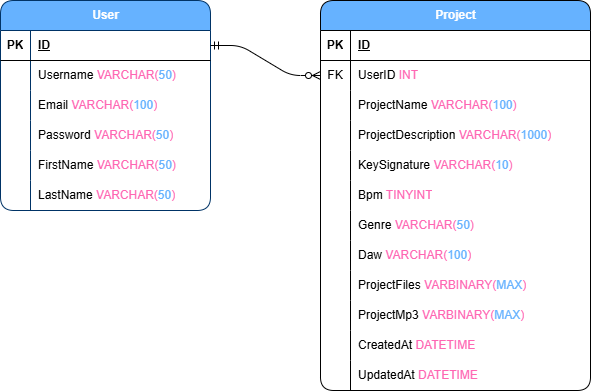
Before: documentation/diagrams/beatblock_erd.drawio.png, a diagram exported from draw.io (damian-pillay/beat-block). Source tidied: cells renumbered, new cells last; positions are measured from the earlier drawing's top-left corner, leaving out a move shared by most shapes.
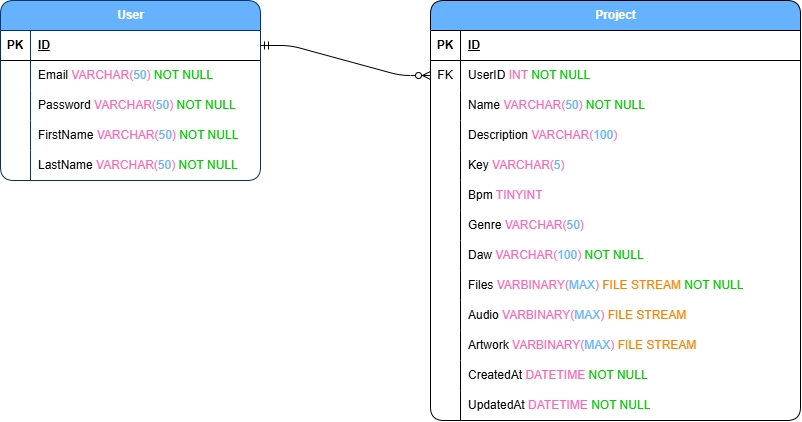
Later version of the same file.

Diff of the diagram source:
```diff
@@ -5,6 +5,6 @@
     <mxCell id="2" value="Project" style="shape=table;startSize=30;rowLines=0;fontStyle=1;align=center;html=1;rounded=1;fillColor=#66B2FF;fontColor=#ffffff;strokeColor=#000000;" parent="1" vertex="1">
-      <mxGeometry x="320" width="270" height="390" as="geometry" />
+      <mxGeometry x="320" width="370" height="420" as="geometry" />
     </mxCell>
     <mxCell id="3" style="shape=tableRow;horizontal=0;startSize=0;swimlaneHead=0;swimlaneBody=0;fillColor=none;top=0;left=0;right=0;bottom=1;" parent="2" vertex="1">
-      <mxGeometry y="30" width="270" height="30" as="geometry" />
+      <mxGeometry y="30" width="370" height="30" as="geometry" />
     </mxCell>
@@ -14,6 +14,6 @@
     <mxCell id="5" value="ID" style="shape=partialRectangle;fillColor=none;top=0;left=0;bottom=0;right=0;align=left;spacingLeft=6;fontStyle=5;overflow=hidden;whiteSpace=wrap;html=1;" parent="3" vertex="1">
-      <mxGeometry x="30" width="240" height="30" as="geometry" />
+      <mxGeometry x="30" width="340" height="30" as="geometry" />
     </mxCell>
     <mxCell id="6" style="shape=tableRow;horizontal=0;startSize=0;swimlaneHead=0;swimlaneBody=0;fillColor=none;points=[[0,0.5],[1,0.5]];portConstraint=eastwest;top=0;left=0;right=0;bottom=0;" parent="2" vertex="1">
-      <mxGeometry y="60" width="270" height="30" as="geometry" />
+      <mxGeometry y="60" width="370" height="30" as="geometry" />
     </mxCell>
@@ -22,7 +22,7 @@
     </mxCell>
-    <mxCell id="8" value="UserID &lt;font style=&quot;color: rgb(255, 102, 179);&quot;&gt;INT&lt;/font&gt;" style="shape=partialRectangle;fillColor=none;top=0;left=0;bottom=0;right=0;align=left;spacingLeft=6;overflow=hidden;whiteSpace=wrap;html=1;" parent="6" vertex="1">
-      <mxGeometry x="30" width="240" height="30" as="geometry" />
+    <mxCell id="8" value="UserID &lt;font style=&quot;color: rgb(255, 102, 179);&quot;&gt;INT&amp;nbsp;&lt;/font&gt;&lt;font style=&quot;color: rgb(0, 204, 0);&quot;&gt;&lt;span style=&quot;color: rgb(0, 0, 204);&quot;&gt;&lt;font style=&quot;color: rgb(0, 204, 0);&quot;&gt;NOT NULL&lt;/font&gt;&lt;/span&gt;&lt;/font&gt;" style="shape=partialRectangle;fillColor=none;top=0;left=0;bottom=0;right=0;align=left;spacingLeft=6;overflow=hidden;whiteSpace=wrap;html=1;" parent="6" vertex="1">
+      <mxGeometry x="30" width="340" height="30" as="geometry" />
     </mxCell>
     <mxCell id="9" style="shape=tableRow;horizontal=0;startSize=0;swimlaneHead=0;swimlaneBody=0;fillColor=none;top=0;left=0;right=0;bottom=0;" parent="2" vertex="1">
-      <mxGeometry y="90" width="270" height="30" as="geometry" />
+      <mxGeometry y="90" width="370" height="30" as="geometry" />
     </mxCell>
@@ -31,7 +31,7 @@
     </mxCell>
-    <mxCell id="11" value="ProjectName &lt;font style=&quot;color: rgb(255, 102, 179);&quot;&gt;VARCHAR(&lt;/font&gt;&lt;font style=&quot;color: rgb(102, 178, 255);&quot;&gt;100&lt;/font&gt;&lt;font style=&quot;color: rgb(255, 102, 179);&quot;&gt;)&lt;/font&gt;" style="shape=partialRectangle;fillColor=none;top=0;left=0;bottom=0;right=0;align=left;spacingLeft=6;overflow=hidden;whiteSpace=wrap;html=1;" parent="9" vertex="1">
-      <mxGeometry x="30" width="240" height="30" as="geometry" />
+    <mxCell id="11" value="Name &lt;font style=&quot;color: rgb(255, 102, 179);&quot;&gt;VARCHAR(&lt;/font&gt;&lt;font style=&quot;color: rgb(102, 178, 255);&quot;&gt;50&lt;/font&gt;&lt;font style=&quot;color: rgb(255, 102, 179);&quot;&gt;)&amp;nbsp;&lt;/font&gt;&lt;span style=&quot;color: rgb(0, 204, 0);&quot;&gt;NOT NULL&lt;/span&gt;" style="shape=partialRectangle;fillColor=none;top=0;left=0;bottom=0;right=0;align=left;spacingLeft=6;overflow=hidden;whiteSpace=wrap;html=1;" parent="9" vertex="1">
+      <mxGeometry x="30" width="340" height="30" as="geometry" />
     </mxCell>
     <mxCell id="12" style="shape=tableRow;horizontal=0;startSize=0;swimlaneHead=0;swimlaneBody=0;fillColor=none;top=0;left=0;right=0;bottom=0;" parent="2" vertex="1">
-      <mxGeometry y="120" width="270" height="30" as="geometry" />
+      <mxGeometry y="120" width="370" height="30" as="geometry" />
     </mxCell>
@@ -40,7 +40,7 @@
     </mxCell>
-    <mxCell id="14" value="ProjectDescription&lt;font style=&quot;color: rgb(255, 102, 179);&quot;&gt; VARCHAR(&lt;/font&gt;&lt;font style=&quot;color: rgb(102, 178, 255);&quot;&gt;1000&lt;/font&gt;&lt;font style=&quot;color: rgb(255, 102, 179);&quot;&gt;)&lt;/font&gt;" style="shape=partialRectangle;fillColor=none;top=0;left=0;bottom=0;right=0;align=left;spacingLeft=6;overflow=hidden;whiteSpace=wrap;html=1;" parent="12" vertex="1">
-      <mxGeometry x="30" width="240" height="30" as="geometry" />
+    <mxCell id="14" value="Description&lt;font style=&quot;color: rgb(255, 102, 179);&quot;&gt; VARCHAR(&lt;/font&gt;&lt;font style=&quot;color: rgb(102, 178, 255);&quot;&gt;100&lt;/font&gt;&lt;font style=&quot;color: rgb(255, 102, 179);&quot;&gt;)&amp;nbsp;&lt;/font&gt;" style="shape=partialRectangle;fillColor=none;top=0;left=0;bottom=0;right=0;align=left;spacingLeft=6;overflow=hidden;whiteSpace=wrap;html=1;" parent="12" vertex="1">
+      <mxGeometry x="30" width="340" height="30" as="geometry" />
     </mxCell>
     <mxCell id="15" style="shape=tableRow;horizontal=0;startSize=0;swimlaneHead=0;swimlaneBody=0;fillColor=none;top=0;left=0;right=0;bottom=0;" parent="2" vertex="1">
-      <mxGeometry y="150" width="270" height="30" as="geometry" />
+      <mxGeometry y="150" width="370" height="30" as="geometry" />
     </mxCell>
@@ -49,7 +49,7 @@
     </mxCell>
-    <mxCell id="17" value="KeySignature &lt;font style=&quot;color: rgb(255, 102, 179);&quot;&gt;VARCHAR(&lt;/font&gt;&lt;font style=&quot;color: rgb(102, 178, 255);&quot;&gt;10&lt;/font&gt;&lt;font style=&quot;color: rgb(255, 102, 179);&quot;&gt;)&lt;/font&gt;" style="shape=partialRectangle;fillColor=none;top=0;left=0;bottom=0;right=0;align=left;spacingLeft=6;overflow=hidden;whiteSpace=wrap;html=1;" parent="15" vertex="1">
-      <mxGeometry x="30" width="240" height="30" as="geometry" />
+    <mxCell id="17" value="Key&amp;nbsp;&lt;font style=&quot;color: rgb(255, 102, 179);&quot;&gt;VARCHAR(&lt;/font&gt;&lt;font style=&quot;color: rgb(102, 178, 255);&quot;&gt;5&lt;/font&gt;&lt;font style=&quot;color: rgb(255, 102, 179);&quot;&gt;)&lt;/font&gt;" style="shape=partialRectangle;fillColor=none;top=0;left=0;bottom=0;right=0;align=left;spacingLeft=6;overflow=hidden;whiteSpace=wrap;html=1;" parent="15" vertex="1">
+      <mxGeometry x="30" width="340" height="30" as="geometry" />
     </mxCell>
     <mxCell id="18" style="shape=tableRow;horizontal=0;startSize=0;swimlaneHead=0;swimlaneBody=0;fillColor=none;top=0;left=0;right=0;bottom=0;" parent="2" vertex="1">
-      <mxGeometry y="180" width="270" height="30" as="geometry" />
+      <mxGeometry y="180" width="370" height="30" as="geometry" />
     </mxCell>
@@ -59,6 +59,6 @@
     <mxCell id="20" value="Bpm &lt;font style=&quot;color: rgb(255, 102, 179);&quot;&gt;TINYINT&lt;/font&gt;" style="shape=partialRectangle;fillColor=none;top=0;left=0;bottom=0;right=0;align=left;spacingLeft=6;overflow=hidden;whiteSpace=wrap;html=1;" parent="18" vertex="1">
-      <mxGeometry x="30" width="240" height="30" as="geometry" />
+      <mxGeometry x="30" width="340" height="30" as="geometry" />
     </mxCell>
     <mxCell id="21" style="shape=tableRow;horizontal=0;startSize=0;swimlaneHead=0;swimlaneBody=0;fillColor=none;top=0;left=0;right=0;bottom=0;" parent="2" vertex="1">
-      <mxGeometry y="210" width="270" height="30" as="geometry" />
+      <mxGeometry y="210" width="370" height="30" as="geometry" />
     </mxCell>
@@ -68,6 +68,6 @@
     <mxCell id="23" value="Genre &lt;font style=&quot;color: rgb(255, 102, 179);&quot;&gt;VARCHAR(&lt;/font&gt;&lt;font style=&quot;color: rgb(102, 178, 255);&quot;&gt;50&lt;/font&gt;&lt;font style=&quot;color: rgb(255, 102, 179);&quot;&gt;)&lt;/font&gt;" style="shape=partialRectangle;fillColor=none;top=0;left=0;bottom=0;right=0;align=left;spacingLeft=6;overflow=hidden;whiteSpace=wrap;html=1;" parent="21" vertex="1">
-      <mxGeometry x="30" width="240" height="30" as="geometry" />
+      <mxGeometry x="30" width="340" height="30" as="geometry" />
     </mxCell>
     <mxCell id="24" style="shape=tableRow;horizontal=0;startSize=0;swimlaneHead=0;swimlaneBody=0;fillColor=none;top=0;left=0;right=0;bottom=0;" parent="2" vertex="1">
-      <mxGeometry y="240" width="270" height="30" as="geometry" />
+      <mxGeometry y="240" width="370" height="30" as="geometry" />
     </mxCell>
@@ -76,7 +76,7 @@
     </mxCell>
-    <mxCell id="26" value="Daw &lt;font style=&quot;color: rgb(255, 102, 179);&quot;&gt;VARCHAR(&lt;/font&gt;&lt;font style=&quot;color: rgb(102, 178, 255);&quot;&gt;100&lt;/font&gt;&lt;font style=&quot;color: rgb(255, 102, 179);&quot;&gt;)&lt;/font&gt;" style="shape=partialRectangle;fillColor=none;top=0;left=0;bottom=0;right=0;align=left;spacingLeft=6;overflow=hidden;whiteSpace=wrap;html=1;" parent="24" vertex="1">
-      <mxGeometry x="30" width="240" height="30" as="geometry" />
+    <mxCell id="26" value="Daw &lt;font style=&quot;color: rgb(255, 102, 179);&quot;&gt;VARCHAR(&lt;/font&gt;&lt;font style=&quot;color: rgb(102, 178, 255);&quot;&gt;100&lt;/font&gt;&lt;font style=&quot;color: rgb(255, 102, 179);&quot;&gt;)&amp;nbsp;&lt;/font&gt;&lt;span style=&quot;color: rgb(0, 204, 0);&quot;&gt;NOT NULL&lt;/span&gt;" style="shape=partialRectangle;fillColor=none;top=0;left=0;bottom=0;right=0;align=left;spacingLeft=6;overflow=hidden;whiteSpace=wrap;html=1;" parent="24" vertex="1">
+      <mxGeometry x="30" width="340" height="30" as="geometry" />
     </mxCell>
     <mxCell id="27" style="shape=tableRow;horizontal=0;startSize=0;swimlaneHead=0;swimlaneBody=0;fillColor=none;top=0;left=0;right=0;bottom=0;" parent="2" vertex="1">
-      <mxGeometry y="270" width="270" height="30" as="geometry" />
+      <mxGeometry y="270" width="370" height="30" as="geometry" />
     </mxCell>
@@ -85,7 +85,7 @@
     </mxCell>
-    <mxCell id="29" value="ProjectFiles &lt;font style=&quot;color: rgb(255, 102, 179);&quot;&gt;VARBINARY(&lt;/font&gt;&lt;font style=&quot;color: rgb(102, 178, 255);&quot;&gt;MAX&lt;/font&gt;&lt;font style=&quot;color: rgb(255, 102, 179);&quot;&gt;)&lt;/font&gt;" style="shape=partialRectangle;fillColor=none;top=0;left=0;bottom=0;right=0;align=left;spacingLeft=6;overflow=hidden;whiteSpace=wrap;html=1;" parent="27" vertex="1">
-      <mxGeometry x="30" width="240" height="30" as="geometry" />
+    <mxCell id="29" value="Files &lt;font style=&quot;color: rgb(255, 102, 179);&quot;&gt;VARBINARY(&lt;/font&gt;&lt;font style=&quot;color: rgb(102, 178, 255);&quot;&gt;MAX&lt;/font&gt;&lt;font style=&quot;color: rgb(255, 102, 179);&quot;&gt;) &lt;/font&gt;&lt;font style=&quot;color: rgb(255, 128, 0);&quot;&gt;FILE STREAM&lt;/font&gt;&lt;font style=&quot;color: rgb(255, 102, 179);&quot;&gt;&amp;nbsp;&lt;/font&gt;&lt;span style=&quot;color: rgb(0, 204, 0);&quot;&gt;NOT NULL&lt;/span&gt;" style="shape=partialRectangle;fillColor=none;top=0;left=0;bottom=0;right=0;align=left;spacingLeft=6;overflow=hidden;whiteSpace=wrap;html=1;" parent="27" vertex="1">
+      <mxGeometry x="30" width="340" height="30" as="geometry" />
     </mxCell>
     <mxCell id="30" style="shape=tableRow;horizontal=0;startSize=0;swimlaneHead=0;swimlaneBody=0;fillColor=none;top=0;left=0;right=0;bottom=0;" parent="2" vertex="1">
-      <mxGeometry y="300" width="270" height="30" as="geometry" />
+      <mxGeometry y="300" width="370" height="30" as="geometry" />
     </mxCell>
@@ -94,7 +94,16 @@
     </mxCell>
-    <mxCell id="32" value="ProjectMp3 &lt;font style=&quot;color: rgb(255, 102, 179);&quot;&gt;VARBINARY(&lt;/font&gt;&lt;font style=&quot;color: rgb(102, 178, 255);&quot;&gt;MAX&lt;/font&gt;&lt;font style=&quot;color: rgb(255, 102, 179);&quot;&gt;)&lt;/font&gt;" style="shape=partialRectangle;fillColor=none;top=0;left=0;bottom=0;right=0;align=left;spacingLeft=6;overflow=hidden;whiteSpace=wrap;html=1;" parent="30" vertex="1">
-      <mxGeometry x="30" width="240" height="30" as="geometry" />
+    <mxCell id="32" value="Audio&amp;nbsp;&lt;font style=&quot;color: rgb(255, 102, 179);&quot;&gt;VARBINARY(&lt;/font&gt;&lt;font style=&quot;color: rgb(102, 178, 255);&quot;&gt;MAX&lt;/font&gt;&lt;font style=&quot;color: rgb(255, 102, 179);&quot;&gt;)&amp;nbsp;&lt;/font&gt;&lt;span&gt;&lt;font style=&quot;color: rgb(255, 128, 0);&quot;&gt;FILE STREAM&lt;/font&gt;&lt;/span&gt;" style="shape=partialRectangle;fillColor=none;top=0;left=0;bottom=0;right=0;align=left;spacingLeft=6;overflow=hidden;whiteSpace=wrap;html=1;" parent="30" vertex="1">
+      <mxGeometry x="30" width="340" height="30" as="geometry" />
     </mxCell>
+    <mxCell id="59" style="shape=tableRow;horizontal=0;startSize=0;swimlaneHead=0;swimlaneBody=0;fillColor=none;top=0;left=0;right=0;bottom=0;" parent="2" vertex="1">
+      <mxGeometry y="330" width="370" height="30" as="geometry" />
+    </mxCell>
+    <mxCell id="44" style="shape=partialRectangle;fillColor=none;top=0;left=0;bottom=0;right=0;overflow=hidden;whiteSpace=wrap;html=1;" parent="59" vertex="1">
+      <mxGeometry width="30" height="30" as="geometry" />
+    </mxCell>
+    <mxCell id="60" value="Artwork&amp;nbsp;&lt;font style=&quot;color: rgb(255, 102, 179);&quot;&gt;VARBINARY(&lt;/font&gt;&lt;font style=&quot;color: rgb(102, 178, 255);&quot;&gt;MAX&lt;/font&gt;&lt;font style=&quot;color: rgb(255, 102, 179);&quot;&gt;)&amp;nbsp;&lt;/font&gt;&lt;span&gt;&lt;font style=&quot;color: rgb(255, 128, 0);&quot;&gt;FILE STREAM&lt;/font&gt;&lt;/span&gt;" style="shape=partialRectangle;fillColor=none;top=0;left=0;bottom=0;right=0;align=left;spacingLeft=6;overflow=hidden;whiteSpace=wrap;html=1;" parent="59" vertex="1">
+      <mxGeometry x="30" width="340" height="30" as="geometry" />
+    </mxCell>
     <mxCell id="33" style="shape=tableRow;horizontal=0;startSize=0;swimlaneHead=0;swimlaneBody=0;fillColor=none;top=0;left=0;right=0;bottom=0;" parent="2" vertex="1">
-      <mxGeometry y="330" width="270" height="30" as="geometry" />
+      <mxGeometry y="360" width="370" height="30" as="geometry" />
     </mxCell>
@@ -103,7 +112,7 @@
     </mxCell>
-    <mxCell id="35" value="CreatedAt &lt;font style=&quot;color: rgb(255, 102, 179);&quot;&gt;DATETIME&lt;/font&gt;" style="shape=partialRectangle;fillColor=none;top=0;left=0;bottom=0;right=0;align=left;spacingLeft=6;overflow=hidden;whiteSpace=wrap;html=1;" parent="33" vertex="1">
-      <mxGeometry x="30" width="240" height="30" as="geometry" />
+    <mxCell id="35" value="CreatedAt &lt;font style=&quot;color: rgb(255, 102, 179);&quot;&gt;DATETIME&amp;nbsp;&lt;/font&gt;&lt;span style=&quot;color: rgb(0, 204, 0);&quot;&gt;NOT NULL&lt;/span&gt;" style="shape=partialRectangle;fillColor=none;top=0;left=0;bottom=0;right=0;align=left;spacingLeft=6;overflow=hidden;whiteSpace=wrap;html=1;" parent="33" vertex="1">
+      <mxGeometry x="30" width="340" height="30" as="geometry" />
     </mxCell>
     <mxCell id="36" style="shape=tableRow;horizontal=0;startSize=0;swimlaneHead=0;swimlaneBody=0;fillColor=none;top=0;left=0;right=0;bottom=0;" parent="2" vertex="1">
-      <mxGeometry y="360" width="270" height="30" as="geometry" />
+      <mxGeometry y="390" width="370" height="30" as="geometry" />
     </mxCell>
@@ -112,10 +121,10 @@
     </mxCell>
-    <mxCell id="38" value="UpdatedAt &lt;font style=&quot;color: rgb(255, 102, 179);&quot;&gt;DATETIME&lt;/font&gt;" style="shape=partialRectangle;fillColor=none;top=0;left=0;bottom=0;right=0;align=left;spacingLeft=6;overflow=hidden;whiteSpace=wrap;html=1;" parent="36" vertex="1">
-      <mxGeometry x="30" width="240" height="30" as="geometry" />
+    <mxCell id="38" value="UpdatedAt &lt;font style=&quot;color: rgb(255, 102, 179);&quot;&gt;DATETIME&amp;nbsp;&lt;/font&gt;&lt;span style=&quot;color: rgb(0, 204, 0);&quot;&gt;NOT NULL&lt;/span&gt;" style="shape=partialRectangle;fillColor=none;top=0;left=0;bottom=0;right=0;align=left;spacingLeft=6;overflow=hidden;whiteSpace=wrap;html=1;" parent="36" vertex="1">
+      <mxGeometry x="30" width="340" height="30" as="geometry" />
     </mxCell>
     <mxCell id="39" value="User" style="shape=table;startSize=30;rowLines=0;fontStyle=1;align=center;html=1;rounded=1;fillColor=#66B2FF;fontColor=#ffffff;strokeColor=#003366;gradientColor=none;swimlaneFillColor=none;fillStyle=auto;" parent="1" vertex="1">
-      <mxGeometry width="210" height="210" as="geometry" />
+      <mxGeometry x="-110" width="260" height="180" as="geometry" />
     </mxCell>
     <mxCell id="40" style="shape=tableRow;horizontal=0;startSize=0;swimlaneHead=0;swimlaneBody=0;fillColor=none;points=[[0,0.5],[1,0.5]];portConstraint=eastwest;top=0;left=0;right=0;bottom=1;" parent="39" vertex="1">
-      <mxGeometry y="30" width="210" height="30" as="geometry" />
+      <mxGeometry y="30" width="260" height="30" as="geometry" />
     </mxCell>
@@ -125,15 +134,6 @@
     <mxCell id="42" value="ID" style="shape=partialRectangle;fillColor=none;top=0;left=0;bottom=0;right=0;align=left;spacingLeft=6;fontStyle=5;overflow=hidden;whiteSpace=wrap;html=1;" parent="40" vertex="1">
-      <mxGeometry x="30" width="180" height="30" as="geometry" />
+      <mxGeometry x="30" width="230" height="30" as="geometry" />
     </mxCell>
-    <mxCell id="43" style="shape=tableRow;horizontal=0;startSize=0;swimlaneHead=0;swimlaneBody=0;fillColor=none;top=0;left=0;right=0;bottom=0;" parent="39" vertex="1">
-      <mxGeometry y="60" width="210" height="30" as="geometry" />
-    </mxCell>
-    <mxCell id="44" style="shape=partialRectangle;fillColor=none;top=0;left=0;bottom=0;right=0;overflow=hidden;whiteSpace=wrap;html=1;" parent="43" vertex="1">
-      <mxGeometry width="30" height="30" as="geometry" />
-    </mxCell>
-    <mxCell id="45" value="Username &lt;font style=&quot;color: rgb(255, 102, 179);&quot;&gt;VARCHAR(&lt;/font&gt;&lt;font style=&quot;color: rgb(102, 178, 255);&quot;&gt;50&lt;/font&gt;&lt;font style=&quot;color: rgb(255, 102, 179);&quot;&gt;)&lt;/font&gt;" style="shape=partialRectangle;fillColor=none;top=0;left=0;bottom=0;right=0;align=left;spacingLeft=6;overflow=hidden;whiteSpace=wrap;html=1;" parent="43" vertex="1">
-      <mxGeometry x="30" width="180" height="30" as="geometry" />
-    </mxCell>
     <mxCell id="46" style="shape=tableRow;horizontal=0;startSize=0;swimlaneHead=0;swimlaneBody=0;fillColor=none;top=0;left=0;right=0;bottom=0;" parent="39" vertex="1">
-      <mxGeometry y="90" width="210" height="30" as="geometry" />
+      <mxGeometry y="60" width="260" height="30" as="geometry" />
     </mxCell>
@@ -142,7 +142,7 @@
     </mxCell>
-    <mxCell id="48" value="Email &lt;font style=&quot;color: light-dark(rgb(255, 102, 179), rgb(0, 0, 255));&quot;&gt;VARCHAR(&lt;/font&gt;&lt;font style=&quot;color: light-dark(rgb(102, 178, 255), rgb(0, 0, 255));&quot;&gt;100&lt;/font&gt;&lt;font style=&quot;color: light-dark(rgb(255, 102, 179), rgb(0, 0, 255));&quot;&gt;)&lt;/font&gt;" style="shape=partialRectangle;fillColor=none;top=0;left=0;bottom=0;right=0;align=left;spacingLeft=6;overflow=hidden;whiteSpace=wrap;html=1;" parent="46" vertex="1">
-      <mxGeometry x="30" width="180" height="30" as="geometry" />
+    <mxCell id="48" value="Email &lt;font style=&quot;color: light-dark(rgb(255, 102, 179), rgb(0, 0, 255));&quot;&gt;VARCHAR(&lt;/font&gt;&lt;font color=&quot;#66b2ff&quot; style=&quot;&quot;&gt;50&lt;/font&gt;&lt;font style=&quot;color: light-dark(rgb(255, 102, 179), rgb(0, 0, 255));&quot;&gt;)&amp;nbsp;&lt;/font&gt;&lt;span style=&quot;color: rgb(0, 204, 0);&quot;&gt;NOT NULL&lt;/span&gt;" style="shape=partialRectangle;fillColor=none;top=0;left=0;bottom=0;right=0;align=left;spacingLeft=6;overflow=hidden;whiteSpace=wrap;html=1;" parent="46" vertex="1">
+      <mxGeometry x="30" width="230" height="30" as="geometry" />
     </mxCell>
     <mxCell id="49" style="shape=tableRow;horizontal=0;startSize=0;swimlaneHead=0;swimlaneBody=0;fillColor=none;top=0;left=0;right=0;bottom=0;" parent="39" vertex="1">
-      <mxGeometry y="120" width="210" height="30" as="geometry" />
+      <mxGeometry y="90" width="260" height="30" as="geometry" />
     </mxCell>
@@ -151,7 +151,7 @@
     </mxCell>
-    <mxCell id="51" value="Password &lt;font style=&quot;color: rgb(255, 102, 179);&quot;&gt;VARCHAR(&lt;/font&gt;&lt;font style=&quot;color: rgb(102, 178, 255);&quot;&gt;50&lt;/font&gt;&lt;font style=&quot;color: rgb(255, 102, 179);&quot;&gt;)&lt;/font&gt;" style="shape=partialRectangle;fillColor=none;top=0;left=0;bottom=0;right=0;align=left;spacingLeft=6;overflow=hidden;whiteSpace=wrap;html=1;" parent="49" vertex="1">
-      <mxGeometry x="30" width="180" height="30" as="geometry" />
+    <mxCell id="51" value="Password &lt;font style=&quot;color: rgb(255, 102, 179);&quot;&gt;VARCHAR(&lt;/font&gt;&lt;font style=&quot;color: rgb(102, 178, 255);&quot;&gt;50&lt;/font&gt;&lt;font style=&quot;color: rgb(255, 102, 179);&quot;&gt;)&amp;nbsp;&lt;/font&gt;&lt;span style=&quot;color: rgb(0, 204, 0);&quot;&gt;NOT NULL&lt;/span&gt;" style="shape=partialRectangle;fillColor=none;top=0;left=0;bottom=0;right=0;align=left;spacingLeft=6;overflow=hidden;whiteSpace=wrap;html=1;" parent="49" vertex="1">
+      <mxGeometry x="30" width="230" height="30" as="geometry" />
     </mxCell>
     <mxCell id="52" style="shape=tableRow;horizontal=0;startSize=0;swimlaneHead=0;swimlaneBody=0;fillColor=none;top=0;left=0;right=0;bottom=0;" parent="39" vertex="1">
-      <mxGeometry y="150" width="210" height="30" as="geometry" />
+      <mxGeometry y="120" width="260" height="30" as="geometry" />
     </mxCell>
@@ -160,7 +160,7 @@
     </mxCell>
-    <mxCell id="54" value="FirstName&lt;font style=&quot;color: rgb(255, 102, 179);&quot;&gt; VARCHAR(&lt;/font&gt;&lt;font style=&quot;color: rgb(102, 178, 255);&quot;&gt;50&lt;/font&gt;&lt;font style=&quot;color: rgb(255, 102, 179);&quot;&gt;)&lt;/font&gt;" style="shape=partialRectangle;fillColor=none;top=0;left=0;bottom=0;right=0;align=left;spacingLeft=6;overflow=hidden;whiteSpace=wrap;html=1;" parent="52" vertex="1">
-      <mxGeometry x="30" width="180" height="30" as="geometry" />
+    <mxCell id="54" value="FirstName&lt;font style=&quot;color: rgb(255, 102, 179);&quot;&gt; VARCHAR(&lt;/font&gt;&lt;font style=&quot;color: rgb(102, 178, 255);&quot;&gt;50&lt;/font&gt;&lt;font style=&quot;color: rgb(255, 102, 179);&quot;&gt;)&amp;nbsp;&lt;/font&gt;&lt;span style=&quot;color: rgb(0, 204, 0);&quot;&gt;NOT NULL&lt;/span&gt;" style="shape=partialRectangle;fillColor=none;top=0;left=0;bottom=0;right=0;align=left;spacingLeft=6;overflow=hidden;whiteSpace=wrap;html=1;" parent="52" vertex="1">
+      <mxGeometry x="30" width="230" height="30" as="geometry" />
     </mxCell>
     <mxCell id="55" style="shape=tableRow;horizontal=0;startSize=0;swimlaneHead=0;swimlaneBody=0;fillColor=none;top=0;left=0;right=0;bottom=0;" parent="39" vertex="1">
-      <mxGeometry y="180" width="210" height="30" as="geometry" />
+      <mxGeometry y="150" width="260" height="30" as="geometry" />
     </mxCell>
@@ -169,4 +169,4 @@
     </mxCell>
-    <mxCell id="57" value="LastName &lt;font style=&quot;color: rgb(255, 102, 179);&quot;&gt;VARCHAR(&lt;/font&gt;&lt;font style=&quot;color: rgb(102, 178, 255);&quot;&gt;50&lt;/font&gt;&lt;font style=&quot;color: rgb(255, 102, 179);&quot;&gt;)&lt;/font&gt;" style="shape=partialRectangle;fillColor=none;top=0;left=0;bottom=0;right=0;align=left;spacingLeft=6;overflow=hidden;whiteSpace=wrap;html=1;" parent="55" vertex="1">
-      <mxGeometry x="30" width="180" height="30" as="geometry" />
+    <mxCell id="57" value="LastName &lt;font style=&quot;color: rgb(255, 102, 179);&quot;&gt;VARCHAR(&lt;/font&gt;&lt;font style=&quot;color: rgb(102, 178, 255);&quot;&gt;50&lt;/font&gt;&lt;font style=&quot;color: rgb(255, 102, 179);&quot;&gt;)&amp;nbsp;&lt;/font&gt;&lt;span style=&quot;color: rgb(0, 204, 0);&quot;&gt;NOT NULL&lt;/span&gt;" style="shape=partialRectangle;fillColor=none;top=0;left=0;bottom=0;right=0;align=left;spacingLeft=6;overflow=hidden;whiteSpace=wrap;html=1;" parent="55" vertex="1">
+      <mxGeometry x="30" width="230" height="30" as="geometry" />
     </mxCell>
```
